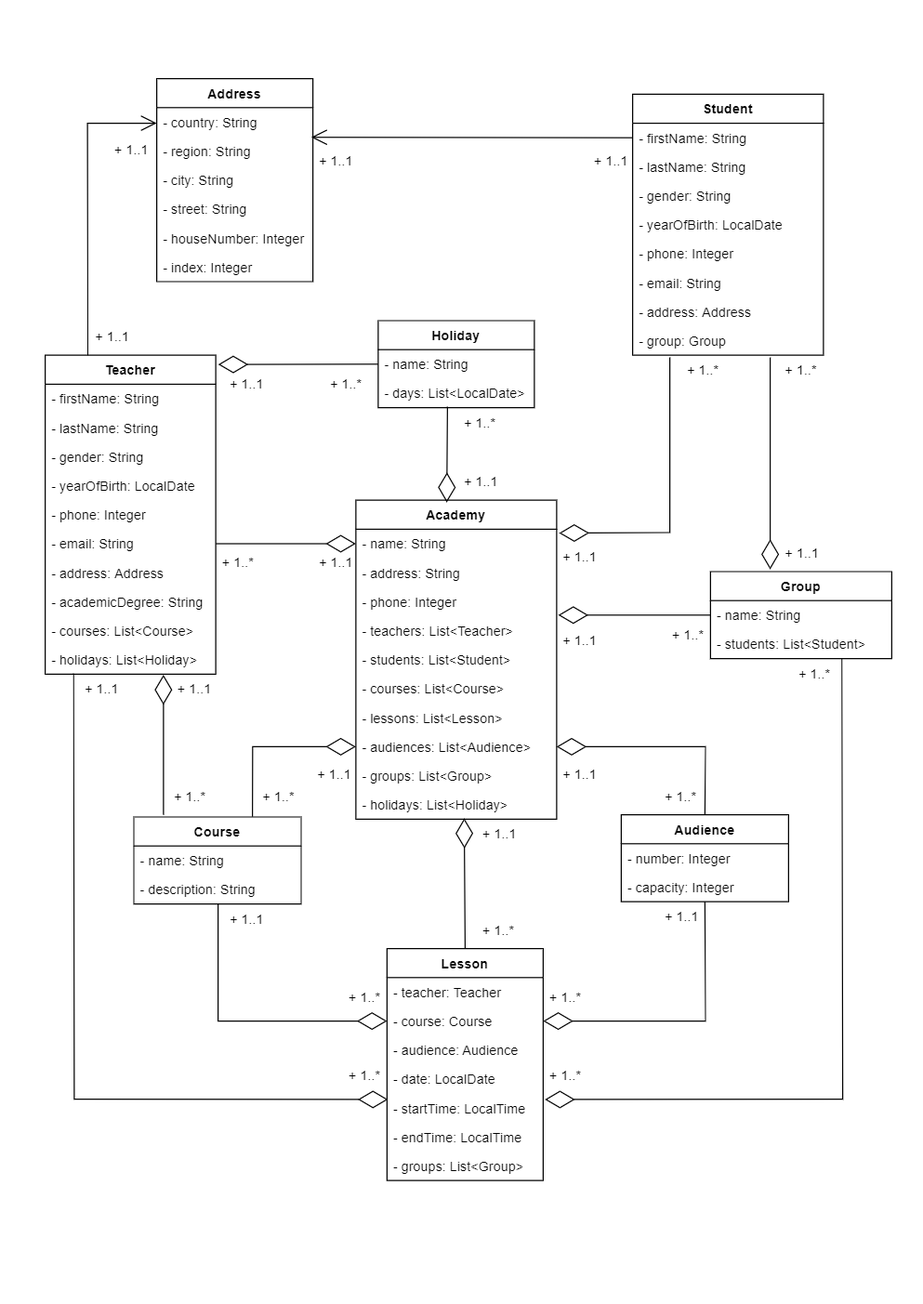
This is src/main/resources/academy.png from Ruslan-Tymoshchuk/Academy, a draw.io export, as it was before one commit. Source tidied: cells renumbered, new cells last; positions are measured from the earlier drawing's top-left corner, leaving out a move shared by most shapes.
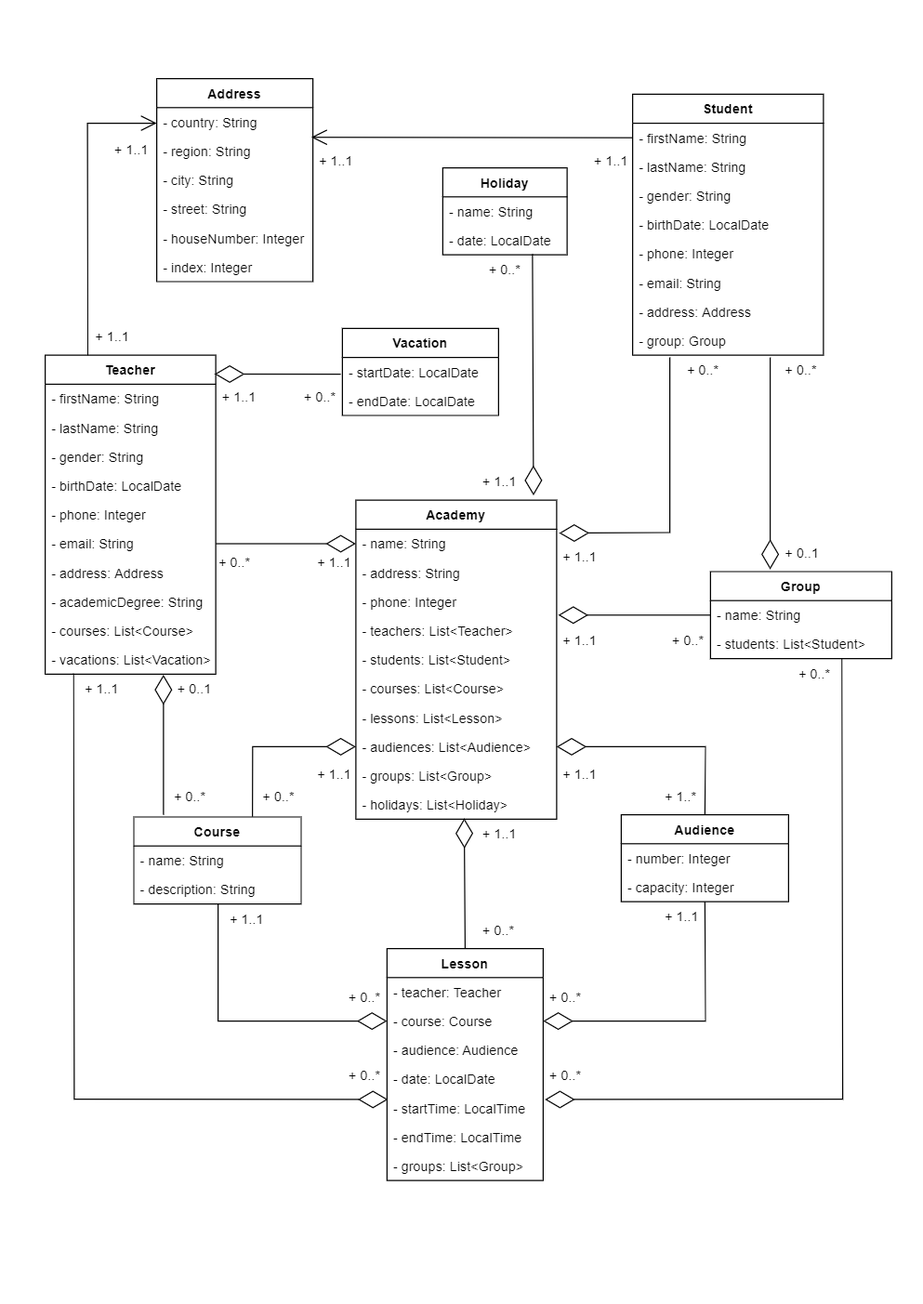
The same file after the commit.

Commit message:
adjusted UML-diagram

The edit, as a diff of the source:
```diff
@@ -14,7 +14,7 @@
     <mxCell id="5" value="- gender: String" style="text;strokeColor=none;fillColor=none;align=left;verticalAlign=top;spacingLeft=4;spacingRight=4;overflow=hidden;" parent="2" vertex="1">
       <mxGeometry y="78" width="171" height="26" as="geometry" />
     </mxCell>
-    <mxCell id="6" value="- yearOfBirth: LocalDate" style="text;strokeColor=none;fillColor=none;align=left;verticalAlign=top;spacingLeft=4;spacingRight=4;overflow=hidden;" parent="2" vertex="1">
+    <mxCell id="6" value="- birthDate: LocalDate" style="text;strokeColor=none;fillColor=none;align=left;verticalAlign=top;spacingLeft=4;spacingRight=4;overflow=hidden;" parent="2" vertex="1">
       <mxGeometry y="104" width="171" height="26" as="geometry" />
     </mxCell>
     <mxCell id="7" value="- phone: Integer" style="text;strokeColor=none;fillColor=none;align=left;verticalAlign=top;spacingLeft=4;spacingRight=4;overflow=hidden;" parent="2" vertex="1">
@@ -41,7 +41,7 @@
     <mxCell id="14" value="- gender: String" style="text;strokeColor=none;fillColor=none;align=left;verticalAlign=top;spacingLeft=4;spacingRight=4;overflow=hidden;" parent="11" vertex="1">
       <mxGeometry y="78" width="153" height="26" as="geometry" />
     </mxCell>
-    <mxCell id="15" value="- yearOfBirth: LocalDate" style="text;strokeColor=none;fillColor=none;align=left;verticalAlign=top;spacingLeft=4;spacingRight=4;overflow=hidden;" parent="11" vertex="1">
+    <mxCell id="15" value="- birthDate: LocalDate" style="text;strokeColor=none;fillColor=none;align=left;verticalAlign=top;spacingLeft=4;spacingRight=4;overflow=hidden;" parent="11" vertex="1">
       <mxGeometry y="104" width="153" height="26" as="geometry" />
     </mxCell>
     <mxCell id="16" value="- phone: Integer" style="text;strokeColor=none;fillColor=none;align=left;verticalAlign=top;spacingLeft=4;spacingRight=4;overflow=hidden;" parent="11" vertex="1">
@@ -59,7 +59,7 @@
     <mxCell id="20" value="- courses: List&lt;Course&gt;" style="text;strokeColor=none;fillColor=none;align=left;verticalAlign=top;spacingLeft=4;spacingRight=4;overflow=hidden;" parent="11" vertex="1">
       <mxGeometry y="234" width="153" height="26" as="geometry" />
     </mxCell>
-    <mxCell id="21" value="- holidays: List&lt;Holiday&gt;" style="text;strokeColor=none;fillColor=none;align=left;verticalAlign=top;spacingLeft=4;spacingRight=4;overflow=hidden;points=[[0,0.5],[1,0.5]];portConstraint=eastwest;" parent="11" vertex="1">
+    <mxCell id="21" value="- vacations: List&lt;Vacation&gt;" style="text;strokeColor=none;fillColor=none;align=left;verticalAlign=top;spacingLeft=4;spacingRight=4;overflow=hidden;points=[[0,0.5],[1,0.5]];portConstraint=eastwest;" parent="11" vertex="1">
       <mxGeometry y="260" width="153" height="26" as="geometry" />
     </mxCell>
     <mxCell id="22" value="Group" style="swimlane;fontStyle=1;horizontal=1;startSize=26;fillColor=none;" parent="1" vertex="1">
@@ -211,10 +211,10 @@
         </Array>
       </mxGeometry>
     </mxCell>
-    <mxCell id="61" value="+ 1..1" style="text;strokeColor=none;fillColor=none;spacingLeft=4;spacingRight=4;overflow=hidden;fontSize=12;" parent="1" vertex="1">
+    <mxCell id="61" value="+ 0..1" style="text;strokeColor=none;fillColor=none;spacingLeft=4;spacingRight=4;overflow=hidden;fontSize=12;" parent="1" vertex="1">
       <mxGeometry x="657.8" y="412" width="40" height="30" as="geometry" />
     </mxCell>
-    <mxCell id="62" value="+ 1..*" style="text;strokeColor=none;fillColor=none;spacingLeft=4;spacingRight=4;overflow=hidden;fontSize=12;" parent="1" vertex="1">
+    <mxCell id="62" value="+ 0..*" style="text;strokeColor=none;fillColor=none;spacingLeft=4;spacingRight=4;overflow=hidden;fontSize=12;" parent="1" vertex="1">
       <mxGeometry x="570" y="248" width="40" height="30" as="geometry" />
     </mxCell>
     <mxCell id="63" value="+ 1..1" style="text;strokeColor=none;fillColor=none;spacingLeft=4;spacingRight=4;overflow=hidden;fontSize=12;" parent="1" vertex="1">
@@ -223,10 +223,10 @@
     <mxCell id="64" value="+ 1..1" style="text;strokeColor=none;fillColor=none;spacingLeft=4;spacingRight=4;overflow=hidden;fontSize=12;" parent="1" vertex="1">
       <mxGeometry x="458.5" y="610" width="40" height="30" as="geometry" />
     </mxCell>
-    <mxCell id="65" value="+ 1..*" style="text;strokeColor=none;fillColor=none;spacingLeft=4;spacingRight=4;overflow=hidden;fontSize=12;" parent="1" vertex="1">
-      <mxGeometry x="250" y="260" width="40" height="30" as="geometry" />
+    <mxCell id="65" value="+ 0..*" style="text;strokeColor=none;fillColor=none;spacingLeft=4;spacingRight=4;overflow=hidden;fontSize=12;" parent="1" vertex="1">
+      <mxGeometry x="226.5" y="272" width="40" height="30" as="geometry" />
     </mxCell>
-    <mxCell id="66" value="+ 1..*" style="text;strokeColor=none;fillColor=none;spacingLeft=4;spacingRight=4;overflow=hidden;fontSize=12;" parent="1" vertex="1">
+    <mxCell id="66" value="+ 0..*" style="text;strokeColor=none;fillColor=none;spacingLeft=4;spacingRight=4;overflow=hidden;fontSize=12;" parent="1" vertex="1">
       <mxGeometry x="657.8" y="248" width="40" height="30" as="geometry" />
     </mxCell>
     <mxCell id="67" value="+ 1..1" style="text;strokeColor=none;fillColor=none;spacingLeft=4;spacingRight=4;overflow=hidden;fontSize=12;" parent="1" vertex="1">
@@ -235,16 +235,16 @@
     <mxCell id="68" value="+ 1..1" style="text;strokeColor=none;fillColor=none;spacingLeft=4;spacingRight=4;overflow=hidden;fontSize=12;" parent="1" vertex="1">
       <mxGeometry x="550" y="738" width="40" height="30" as="geometry" />
     </mxCell>
-    <mxCell id="69" value="+ 1..*" style="text;strokeColor=none;fillColor=none;spacingLeft=4;spacingRight=4;overflow=hidden;fontSize=12;" parent="1" vertex="1">
-      <mxGeometry x="556.5" y="485" width="40" height="30" as="geometry" />
+    <mxCell id="69" value="+ 0..*" style="text;strokeColor=none;fillColor=none;spacingLeft=4;spacingRight=4;overflow=hidden;fontSize=12;" parent="1" vertex="1">
+      <mxGeometry x="556.5" y="490" width="40" height="30" as="geometry" />
     </mxCell>
-    <mxCell id="70" value="+ 1..*" style="text;strokeColor=none;fillColor=none;spacingLeft=4;spacingRight=4;overflow=hidden;fontSize=12;" parent="1" vertex="1">
-      <mxGeometry x="153" y="420" width="40" height="30" as="geometry" />
+    <mxCell id="70" value="+ 0..*" style="text;strokeColor=none;fillColor=none;spacingLeft=4;spacingRight=4;overflow=hidden;fontSize=12;" parent="1" vertex="1">
+      <mxGeometry x="150" y="420" width="40" height="30" as="geometry" />
     </mxCell>
     <mxCell id="71" value="+ 1..1" style="text;strokeColor=none;fillColor=none;spacingLeft=4;spacingRight=4;overflow=hidden;fontSize=12;" parent="1" vertex="1">
       <mxGeometry x="386.5" y="664" width="40" height="30" as="geometry" />
     </mxCell>
-    <mxCell id="72" value="+ 1..*" style="text;strokeColor=none;fillColor=none;spacingLeft=4;spacingRight=4;overflow=hidden;fontSize=12;" parent="1" vertex="1">
+    <mxCell id="72" value="+ 0..*" style="text;strokeColor=none;fillColor=none;spacingLeft=4;spacingRight=4;overflow=hidden;fontSize=12;" parent="1" vertex="1">
       <mxGeometry x="446.5" y="810" width="40" height="30" as="geometry" />
     </mxCell>
     <mxCell id="73" value="+ 1..1" style="text;strokeColor=none;fillColor=none;spacingLeft=4;spacingRight=4;overflow=hidden;fontSize=12;" parent="1" vertex="1">
@@ -256,10 +256,10 @@
         <mxPoint x="650" y="440" as="targetPoint" />
       </mxGeometry>
     </mxCell>
-    <mxCell id="75" value="+ 1..*" style="text;strokeColor=none;fillColor=none;spacingLeft=4;spacingRight=4;overflow=hidden;fontSize=12;" parent="1" vertex="1">
-      <mxGeometry x="370" y="295" width="40" height="30" as="geometry" />
+    <mxCell id="75" value="+ 0..*" style="text;strokeColor=none;fillColor=none;spacingLeft=4;spacingRight=4;overflow=hidden;fontSize=12;" parent="1" vertex="1">
+      <mxGeometry x="392.2" y="158" width="40" height="30" as="geometry" />
     </mxCell>
-    <mxCell id="76" value="+ 1..*" style="text;strokeColor=none;fillColor=none;spacingLeft=4;spacingRight=4;overflow=hidden;fontSize=12;" parent="1" vertex="1">
+    <mxCell id="76" value="+ 0..*" style="text;strokeColor=none;fillColor=none;spacingLeft=4;spacingRight=4;overflow=hidden;fontSize=12;" parent="1" vertex="1">
       <mxGeometry x="670" y="520" width="40" height="30" as="geometry" />
     </mxCell>
     <mxCell id="77" value="+ 1..1" style="text;strokeColor=none;fillColor=none;spacingLeft=4;spacingRight=4;overflow=hidden;fontSize=12;" parent="1" vertex="1">
@@ -269,19 +269,19 @@
       <mxGeometry x="550" y="630" width="40" height="30" as="geometry" />
     </mxCell>
     <mxCell id="79" value="+ 1..1" style="text;strokeColor=none;fillColor=none;spacingLeft=4;spacingRight=4;overflow=hidden;fontSize=12;" parent="1" vertex="1">
-      <mxGeometry x="370" y="348" width="40" height="30" as="geometry" />
+      <mxGeometry x="386.5" y="348" width="40" height="30" as="geometry" />
     </mxCell>
     <mxCell id="80" value="+ 1..1" style="text;strokeColor=none;fillColor=none;spacingLeft=4;spacingRight=4;overflow=hidden;fontSize=12;" parent="1" vertex="1">
       <mxGeometry x="39.5" y="218" width="40" height="30" as="geometry" />
     </mxCell>
-    <mxCell id="81" value="+ 1..*" style="text;strokeColor=none;fillColor=none;spacingLeft=4;spacingRight=4;overflow=hidden;fontSize=12;" parent="1" vertex="1">
+    <mxCell id="81" value="+ 0..*" style="text;strokeColor=none;fillColor=none;spacingLeft=4;spacingRight=4;overflow=hidden;fontSize=12;" parent="1" vertex="1">
       <mxGeometry x="386.5" y="750" width="40" height="30" as="geometry" />
     </mxCell>
-    <mxCell id="82" value="+ 1..*" style="text;strokeColor=none;fillColor=none;spacingLeft=4;spacingRight=4;overflow=hidden;fontSize=12;" parent="1" vertex="1">
+    <mxCell id="82" value="+ 0..*" style="text;strokeColor=none;fillColor=none;spacingLeft=4;spacingRight=4;overflow=hidden;fontSize=12;" parent="1" vertex="1">
       <mxGeometry x="446.5" y="880" width="40" height="30" as="geometry" />
     </mxCell>
     <mxCell id="83" value="+ 1..1" style="text;strokeColor=none;fillColor=none;spacingLeft=4;spacingRight=4;overflow=hidden;fontSize=12;" parent="1" vertex="1">
-      <mxGeometry x="160" y="260" width="40" height="30" as="geometry" />
+      <mxGeometry x="153" y="272" width="40" height="30" as="geometry" />
     </mxCell>
     <mxCell id="84" value="Address" style="swimlane;fontStyle=1;horizontal=1;startSize=26;fillColor=none;" parent="1" vertex="1">
       <mxGeometry x="100" width="140" height="182" as="geometry" />
@@ -305,13 +305,13 @@
       <mxGeometry y="156" width="140" height="26" as="geometry" />
     </mxCell>
     <mxCell id="91" value="Holiday" style="swimlane;fontStyle=1;horizontal=1;startSize=26;fillColor=none;" parent="1" vertex="1">
-      <mxGeometry x="298.5" y="217" width="140" height="78" as="geometry" />
+      <mxGeometry x="356.5" y="80" width="111.5" height="78" as="geometry" />
     </mxCell>
     <mxCell id="92" value="- name: String" style="text;strokeColor=none;fillColor=none;align=left;verticalAlign=top;spacingLeft=4;spacingRight=4;overflow=hidden;points=[[0,0.5],[1,0.5]];portConstraint=eastwest;" parent="91" vertex="1">
-      <mxGeometry y="26" width="140" height="26" as="geometry" />
+      <mxGeometry y="26" width="111.5" height="26" as="geometry" />
     </mxCell>
-    <mxCell id="93" value="- days: List&lt;LocalDate&gt;" style="text;strokeColor=none;fillColor=none;align=left;verticalAlign=top;spacingLeft=4;spacingRight=4;overflow=hidden;points=[[0,0.5],[1,0.5]];portConstraint=eastwest;" parent="91" vertex="1">
-      <mxGeometry y="52" width="140" height="26" as="geometry" />
+    <mxCell id="93" value="- date: LocalDate" style="text;strokeColor=none;fillColor=none;align=left;verticalAlign=top;spacingLeft=4;spacingRight=4;overflow=hidden;points=[[0,0.5],[1,0.5]];portConstraint=eastwest;" parent="91" vertex="1">
+      <mxGeometry y="52" width="111.5" height="26" as="geometry" />
     </mxCell>
     <mxCell id="94" style="endArrow=open;endFill=1;endSize=12;html=1;rounded=0;exitX=0.25;exitY=0;exitDx=0;exitDy=0;" parent="1" edge="1" source="11">
       <mxGeometry relative="1" as="geometry">
@@ -324,7 +324,7 @@
     <mxCell id="95" style="endArrow=open;endFill=1;endSize=12;html=1;rounded=0;exitX=0;exitY=0.5;exitDx=0;exitDy=0;entryX=0.99;entryY=0.022;entryDx=0;entryDy=0;entryPerimeter=0;" parent="1" edge="1" source="3" target="86">
       <mxGeometry relative="1" as="geometry" />
     </mxCell>
-    <mxCell id="96" style="endArrow=diamondThin;endFill=0;endSize=24;html=1;rounded=0;exitX=0.444;exitY=0.967;exitDx=0;exitDy=0;exitPerimeter=0;entryX=0.453;entryY=0.007;entryDx=0;entryDy=0;entryPerimeter=0;" parent="1" edge="1" source="93" target="28">
+    <mxCell id="96" style="endArrow=diamondThin;endFill=0;endSize=24;html=1;rounded=0;exitX=0.721;exitY=0.973;exitDx=0;exitDy=0;exitPerimeter=0;entryX=0.885;entryY=-0.015;entryDx=0;entryDy=0;entryPerimeter=0;" parent="1" edge="1" source="93" target="28">
       <mxGeometry relative="1" as="geometry" />
     </mxCell>
     <mxCell id="97" style="endArrow=diamondThin;endFill=0;endSize=24;html=1;rounded=0;entryX=0.693;entryY=1.019;entryDx=0;entryDy=0;entryPerimeter=0;exitX=0.177;exitY=-0.026;exitDx=0;exitDy=0;exitPerimeter=0;" parent="1" edge="1" source="25" target="21">
@@ -334,28 +334,30 @@
         </Array>
       </mxGeometry>
     </mxCell>
-    <mxCell id="98" value="+ 1..*" style="text;strokeColor=none;fillColor=none;spacingLeft=4;spacingRight=4;overflow=hidden;fontSize=12;" parent="1" vertex="1">
+    <mxCell id="98" value="+ 0..*" style="text;strokeColor=none;fillColor=none;spacingLeft=4;spacingRight=4;overflow=hidden;fontSize=12;" parent="1" vertex="1">
       <mxGeometry x="110" y="630" width="40" height="30" as="geometry" />
     </mxCell>
-    <mxCell id="99" value="+ 1..1" style="text;strokeColor=none;fillColor=none;spacingLeft=4;spacingRight=4;overflow=hidden;fontSize=12;" parent="1" vertex="1">
+    <mxCell id="99" value="+ 0..1" style="text;strokeColor=none;fillColor=none;spacingLeft=4;spacingRight=4;overflow=hidden;fontSize=12;" parent="1" vertex="1">
       <mxGeometry x="113" y="534" width="40" height="30" as="geometry" />
     </mxCell>
-    <mxCell id="100" value="+ 1..*" style="text;strokeColor=none;fillColor=none;spacingLeft=4;spacingRight=4;overflow=hidden;fontSize=12;" parent="1" vertex="1">
+    <mxCell id="100" value="+ 0..*" style="text;strokeColor=none;fillColor=none;spacingLeft=4;spacingRight=4;overflow=hidden;fontSize=12;" parent="1" vertex="1">
       <mxGeometry x="189.5" y="630" width="40" height="30" as="geometry" />
     </mxCell>
     <mxCell id="101" value="+ 1..1" style="text;strokeColor=none;fillColor=none;spacingLeft=4;spacingRight=4;overflow=hidden;fontSize=12;" parent="1" vertex="1">
-      <mxGeometry x="240" y="420" width="40" height="30" as="geometry" />
+      <mxGeometry x="238.5" y="420" width="40" height="30" as="geometry" />
     </mxCell>
     <mxCell id="102" value="+ 1..1" style="text;strokeColor=none;fillColor=none;spacingLeft=4;spacingRight=4;overflow=hidden;fontSize=12;" parent="1" vertex="1">
       <mxGeometry x="238.5" y="610" width="40" height="30" as="geometry" />
     </mxCell>
-    <mxCell id="103" style="endArrow=diamondThin;endFill=0;endSize=24;html=1;rounded=0;entryX=1.014;entryY=0.029;entryDx=0;entryDy=0;entryPerimeter=0;exitX=0;exitY=0.5;exitDx=0;exitDy=0;" parent="1" edge="1" source="92" target="11">
-      <mxGeometry relative="1" as="geometry" />
+    <mxCell id="103" style="endArrow=diamondThin;endFill=0;endSize=24;html=1;rounded=0;entryX=0.993;entryY=0.059;entryDx=0;entryDy=0;entryPerimeter=0;" parent="1" edge="1" target="11">
+      <mxGeometry relative="1" as="geometry">
+        <mxPoint x="265" y="265" as="sourcePoint" />
+      </mxGeometry>
     </mxCell>
-    <mxCell id="104" value="+ 1..*" style="text;strokeColor=none;fillColor=none;spacingLeft=4;spacingRight=4;overflow=hidden;fontSize=12;" parent="1" vertex="1">
+    <mxCell id="104" value="+ 0..*" style="text;strokeColor=none;fillColor=none;spacingLeft=4;spacingRight=4;overflow=hidden;fontSize=12;" parent="1" vertex="1">
       <mxGeometry x="266.5" y="810" width="40" height="30" as="geometry" />
     </mxCell>
-    <mxCell id="105" value="+ 1..*" style="text;strokeColor=none;fillColor=none;spacingLeft=4;spacingRight=4;overflow=hidden;fontSize=12;" parent="1" vertex="1">
+    <mxCell id="105" value="+ 0..*" style="text;strokeColor=none;fillColor=none;spacingLeft=4;spacingRight=4;overflow=hidden;fontSize=12;" parent="1" vertex="1">
       <mxGeometry x="266.5" y="880" width="40" height="30" as="geometry" />
     </mxCell>
     <mxCell id="106" value="+ 1..1" style="text;strokeColor=none;fillColor=none;spacingLeft=4;spacingRight=4;overflow=hidden;fontSize=12;" parent="1" vertex="1">
@@ -364,5 +366,14 @@
     <mxCell id="107" value="+ 1..1" style="text;strokeColor=none;fillColor=none;spacingLeft=4;spacingRight=4;overflow=hidden;fontSize=12;" parent="1" vertex="1">
       <mxGeometry x="30" y="534" width="40" height="30" as="geometry" />
     </mxCell>
+    <mxCell id="108" value="Vacation" style="swimlane;fontStyle=1;horizontal=1;startSize=26;fillColor=none;" parent="1" vertex="1">
+      <mxGeometry x="266.5" y="224" width="140" height="78" as="geometry" />
+    </mxCell>
+    <mxCell id="109" value="- startDate: LocalDate" style="text;strokeColor=none;fillColor=none;align=left;verticalAlign=top;spacingLeft=4;spacingRight=4;overflow=hidden;" parent="108" vertex="1">
+      <mxGeometry y="26" width="140" height="26" as="geometry" />
+    </mxCell>
+    <mxCell id="110" value="- endDate: LocalDate" style="text;strokeColor=none;fillColor=none;align=left;verticalAlign=top;spacingLeft=4;spacingRight=4;overflow=hidden;" parent="108" vertex="1">
+      <mxGeometry y="52" width="140" height="26" as="geometry" />
+    </mxCell>
   </root>
 </mxGraphModel>
```
